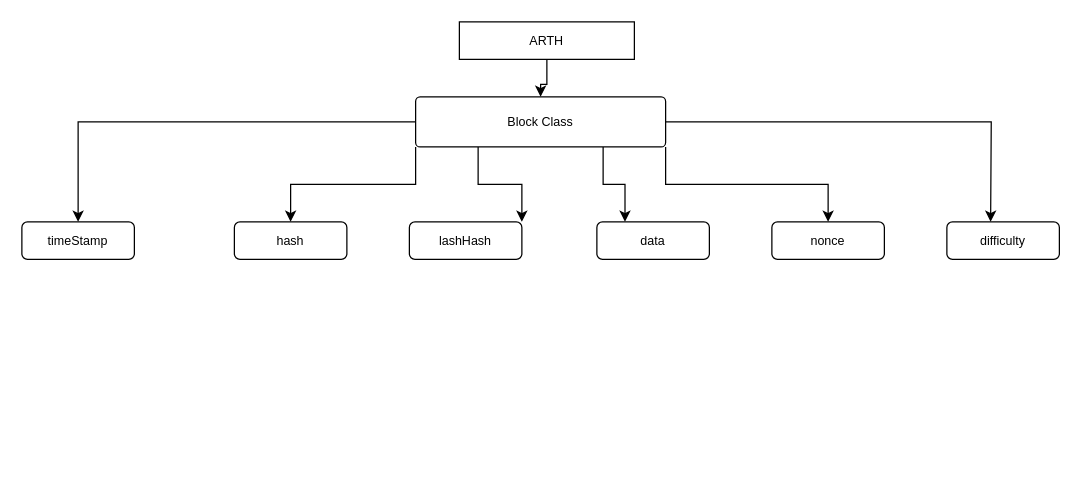
Earlier version of the draw.io diagram Architecture.drawio (TuttuRavindra/ARTH). Source tidied: cells renumbered, new cells numbered last; positions are measured from the earlier drawing's top-left corner, leaving out a move shared by most shapes. Both pictures are drawn from the tidied source at 125%, with x=0, y=0 at pixel (21, 21).
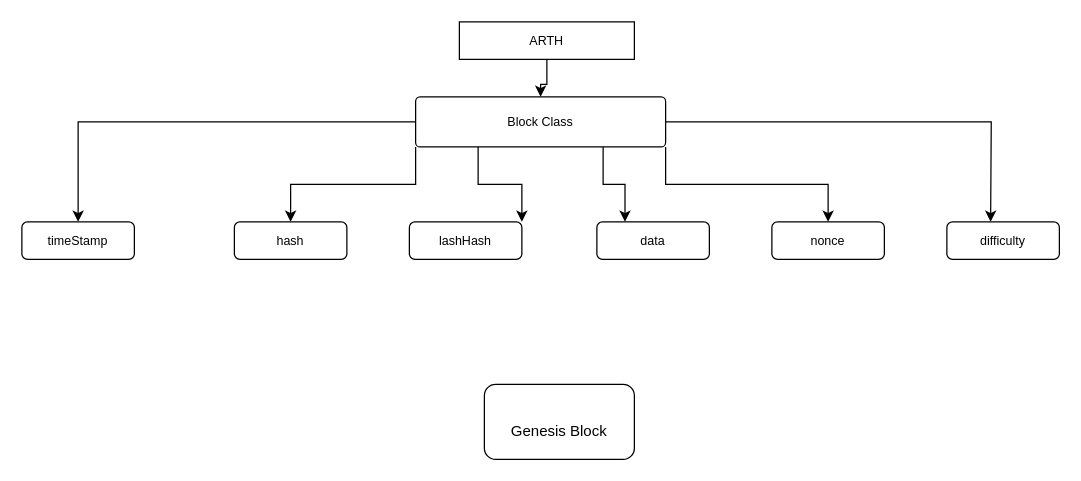
The same page after the edit.

Commit message (it also covers changes not shown here):
added Block logic

Change to the diagram source:
```diff
@@
 <mxGraphModel>
   <root>
     <mxCell id="0" />
     <mxCell id="1" parent="0" />
     <mxCell id="2" style="edgeStyle=orthogonalEdgeStyle;rounded=0;jettySize=auto;html=1;exitX=0;exitY=0.5;exitDx=0;exitDy=0;entryX=0.5;entryY=0;entryDx=0;entryDy=0;fontFamily=Helvetica;fontSize=10;" parent="1" edge="1" source="8" target="9">
       <mxGeometry relative="1" as="geometry" />
     </mxCell>
     <mxCell id="3" style="edgeStyle=orthogonalEdgeStyle;rounded=0;jettySize=auto;html=1;exitX=0;exitY=1;exitDx=0;exitDy=0;entryX=0.5;entryY=0;entryDx=0;entryDy=0;fontFamily=Helvetica;fontSize=10;" parent="1" edge="1" source="8" target="13">
       <mxGeometry relative="1" as="geometry" />
     </mxCell>
     <mxCell id="4" style="edgeStyle=orthogonalEdgeStyle;rounded=0;jettySize=auto;html=1;exitX=1;exitY=0.5;exitDx=0;exitDy=0;entryX=0.5;entryY=0;entryDx=0;entryDy=0;fontFamily=Helvetica;fontSize=10;" parent="1" edge="1" source="8">
       <mxGeometry relative="1" as="geometry">
         <mxPoint x="775" y="160" as="targetPoint" />
       </mxGeometry>
     </mxCell>
     <mxCell id="5" style="edgeStyle=orthogonalEdgeStyle;rounded=0;jettySize=auto;html=1;exitX=1;exitY=1;exitDx=0;exitDy=0;fontFamily=Helvetica;fontSize=10;" parent="1" edge="1" source="8" target="10">
       <mxGeometry relative="1" as="geometry" />
     </mxCell>
     <mxCell id="6" style="edgeStyle=orthogonalEdgeStyle;rounded=0;jettySize=auto;html=1;exitX=0.75;exitY=1;exitDx=0;exitDy=0;entryX=0.25;entryY=0;entryDx=0;entryDy=0;fontFamily=Helvetica;fontSize=10;" parent="1" edge="1" source="8" target="11">
       <mxGeometry relative="1" as="geometry" />
     </mxCell>
     <mxCell id="7" style="edgeStyle=orthogonalEdgeStyle;rounded=0;jettySize=auto;html=1;exitX=0.25;exitY=1;exitDx=0;exitDy=0;entryX=1;entryY=0;entryDx=0;entryDy=0;fontFamily=Helvetica;fontSize=10;" parent="1" edge="1" source="8" target="12">
       <mxGeometry relative="1" as="geometry" />
     </mxCell>
     <mxCell id="8" value="&lt;p style=&quot;line-height: 0.1&quot;&gt;&lt;font style=&quot;font-size: 10px&quot;&gt;Block Class&lt;/font&gt;&lt;/p&gt;" style="rounded=1;whiteSpace=wrap;html=1;align=center;arcSize=9;" parent="1" vertex="1">
       <mxGeometry x="315" y="60" width="200" height="40" as="geometry" />
     </mxCell>
     <mxCell id="9" value="timeStamp" style="rounded=1;whiteSpace=wrap;html=1;fontFamily=Helvetica;fontSize=10;" parent="1" vertex="1">
       <mxGeometry y="160" width="90" height="30" as="geometry" />
     </mxCell>
     <mxCell id="10" value="nonce" style="rounded=1;whiteSpace=wrap;html=1;fontFamily=Helvetica;fontSize=10;" parent="1" vertex="1">
       <mxGeometry x="600" y="160" width="90" height="30" as="geometry" />
     </mxCell>
     <mxCell id="11" value="data" style="rounded=1;whiteSpace=wrap;html=1;fontFamily=Helvetica;fontSize=10;" parent="1" vertex="1">
       <mxGeometry x="460" y="160" width="90" height="30" as="geometry" />
     </mxCell>
     <mxCell id="12" value="lashHash" style="rounded=1;whiteSpace=wrap;html=1;fontFamily=Helvetica;fontSize=10;" parent="1" vertex="1">
       <mxGeometry x="310" y="160" width="90" height="30" as="geometry" />
     </mxCell>
     <mxCell id="13" value="hash" style="rounded=1;whiteSpace=wrap;html=1;fontFamily=Helvetica;fontSize=10;" parent="1" vertex="1">
       <mxGeometry x="170" y="160" width="90" height="30" as="geometry" />
     </mxCell>
     <mxCell id="14" value="difficulty" style="rounded=1;whiteSpace=wrap;html=1;fontFamily=Helvetica;fontSize=10;" parent="1" vertex="1">
       <mxGeometry x="740" y="160" width="90" height="30" as="geometry" />
     </mxCell>
     <mxCell id="15" style="edgeStyle=orthogonalEdgeStyle;rounded=0;jettySize=auto;html=1;entryX=0.5;entryY=0;entryDx=0;entryDy=0;fontFamily=Helvetica;fontSize=10;" parent="1" edge="1" source="16" target="8">
       <mxGeometry relative="1" as="geometry" />
     </mxCell>
     <mxCell id="16" value="ARTH" style="rounded=0;whiteSpace=wrap;html=1;fontFamily=Helvetica;fontSize=10;" parent="1" vertex="1">
       <mxGeometry x="350" width="140" height="30" as="geometry" />
     </mxCell>
+    <mxCell id="17" value="&lt;br&gt;Genesis Block&lt;br&gt;" style="rounded=1;whiteSpace=wrap;html=1;" parent="1" vertex="1">
+      <mxGeometry x="370" y="290" width="120" height="60" as="geometry" />
+    </mxCell>
   </root>
 </mxGraphModel>
```
